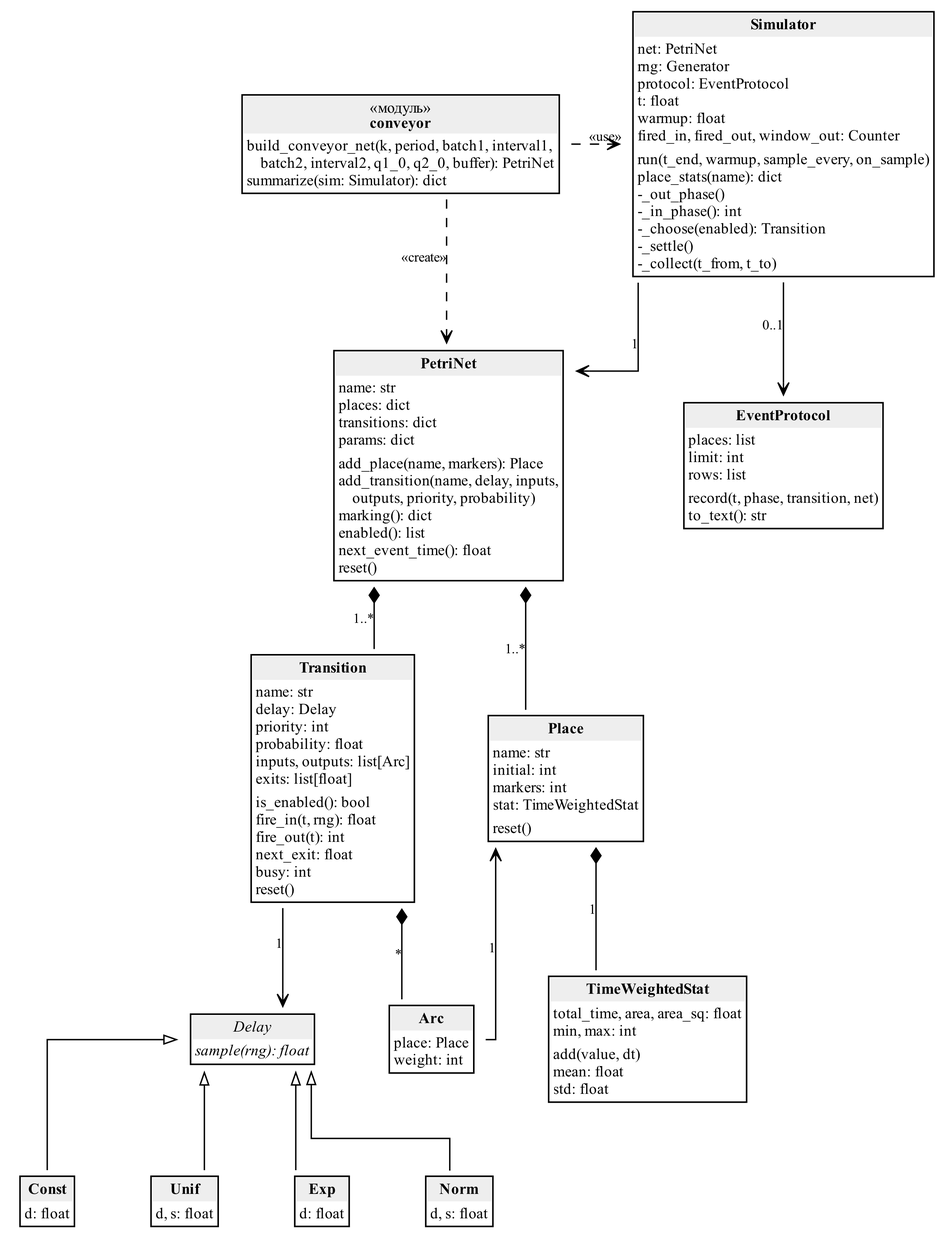
Before: docs/diagrams/uml_classes.png, a diagram exported from Graphviz (kqjqxb/Computer-simulation-course-work). Its source is kept beside it as docs/diagrams/uml_classes.dot. Source of this version:
```dot
digraph uml {
    graph [rankdir=TB, fontname="Times-Roman", nodesep=0.45, ranksep=0.55, pad=0.05,
           splines=ortho];
    node  [shape=plaintext, fontname="Times-Roman", fontsize=10];
    edge  [fontname="Times-Roman", fontsize=9, arrowsize=0.8, penwidth=0.9];

    Simulator [label=<
<TABLE BORDER="1" CELLBORDER="0" CELLSPACING="0" CELLPADDING="2">
<TR><TD BGCOLOR="#EEEEEE"><B>Simulator</B></TD></TR>
<TR><TD ALIGN="LEFT" BALIGN="LEFT">net: PetriNet<BR/>rng: Generator<BR/>protocol: EventProtocol<BR/>t: float<BR/>warmup: float<BR/>fired_in, fired_out, window_out: Counter</TD></TR>
<TR><TD ALIGN="LEFT" BALIGN="LEFT">run(t_end, warmup, sample_every, on_sample)<BR/>place_stats(name): dict<BR/>-_out_phase()<BR/>-_in_phase(): int<BR/>-_choose(enabled): Transition<BR/>-_settle()<BR/>-_collect(t_from, t_to)</TD></TR>
</TABLE>>];

    PetriNet [label=<
<TABLE BORDER="1" CELLBORDER="0" CELLSPACING="0" CELLPADDING="2">
<TR><TD BGCOLOR="#EEEEEE"><B>PetriNet</B></TD></TR>
<TR><TD ALIGN="LEFT" BALIGN="LEFT">name: str<BR/>places: dict<BR/>transitions: dict<BR/>params: dict</TD></TR>
<TR><TD ALIGN="LEFT" BALIGN="LEFT">add_place(name, markers): Place<BR/>add_transition(name, delay, inputs,<BR/>    outputs, priority, probability)<BR/>marking(): dict<BR/>enabled(): list<BR/>next_event_time(): float<BR/>reset()</TD></TR>
</TABLE>>];

    Transition [label=<
<TABLE BORDER="1" CELLBORDER="0" CELLSPACING="0" CELLPADDING="2">
<TR><TD BGCOLOR="#EEEEEE"><B>Transition</B></TD></TR>
<TR><TD ALIGN="LEFT" BALIGN="LEFT">name: str<BR/>delay: Delay<BR/>priority: int<BR/>probability: float<BR/>inputs, outputs: list[Arc]<BR/>exits: list[float]</TD></TR>
<TR><TD ALIGN="LEFT" BALIGN="LEFT">is_enabled(): bool<BR/>fire_in(t, rng): float<BR/>fire_out(t): int<BR/>next_exit: float<BR/>busy: int<BR/>reset()</TD></TR>
</TABLE>>];

    Arc [label=<
<TABLE BORDER="1" CELLBORDER="0" CELLSPACING="0" CELLPADDING="2">
<TR><TD BGCOLOR="#EEEEEE"><B>Arc</B></TD></TR>
<TR><TD ALIGN="LEFT" BALIGN="LEFT">place: Place<BR/>weight: int</TD></TR>
</TABLE>>];

    Place [label=<
<TABLE BORDER="1" CELLBORDER="0" CELLSPACING="0" CELLPADDING="2">
<TR><TD BGCOLOR="#EEEEEE"><B>Place</B></TD></TR>
<TR><TD ALIGN="LEFT" BALIGN="LEFT">name: str<BR/>initial: int<BR/>markers: int<BR/>stat: TimeWeightedStat</TD></TR>
<TR><TD ALIGN="LEFT" BALIGN="LEFT">reset()</TD></TR>
</TABLE>>];

    TimeWeightedStat [label=<
<TABLE BORDER="1" CELLBORDER="0" CELLSPACING="0" CELLPADDING="2">
<TR><TD BGCOLOR="#EEEEEE"><B>TimeWeightedStat</B></TD></TR>
<TR><TD ALIGN="LEFT" BALIGN="LEFT">total_time, area, area_sq: float<BR/>min, max: int</TD></TR>
<TR><TD ALIGN="LEFT" BALIGN="LEFT">add(value, dt)<BR/>mean: float<BR/>std: float</TD></TR>
</TABLE>>];

    EventProtocol [label=<
<TABLE BORDER="1" CELLBORDER="0" CELLSPACING="0" CELLPADDING="2">
<TR><TD BGCOLOR="#EEEEEE"><B>EventProtocol</B></TD></TR>
<TR><TD ALIGN="LEFT" BALIGN="LEFT">places: list<BR/>limit: int<BR/>rows: list</TD></TR>
<TR><TD ALIGN="LEFT" BALIGN="LEFT">record(t, phase, transition, net)<BR/>to_text(): str</TD></TR>
</TABLE>>];

    Delay [label=<
<TABLE BORDER="1" CELLBORDER="0" CELLSPACING="0" CELLPADDING="2">
<TR><TD BGCOLOR="#EEEEEE"><I>Delay</I></TD></TR>
<TR><TD ALIGN="LEFT" BALIGN="LEFT"><I>sample(rng): float</I></TD></TR>
</TABLE>>];

    Const [label=<
<TABLE BORDER="1" CELLBORDER="0" CELLSPACING="0" CELLPADDING="2">
<TR><TD BGCOLOR="#EEEEEE"><B>Const</B></TD></TR>
<TR><TD ALIGN="LEFT">d: float</TD></TR></TABLE>>];
    Unif [label=<
<TABLE BORDER="1" CELLBORDER="0" CELLSPACING="0" CELLPADDING="2">
<TR><TD BGCOLOR="#EEEEEE"><B>Unif</B></TD></TR>
<TR><TD ALIGN="LEFT">d, s: float</TD></TR></TABLE>>];
    Exp [label=<
<TABLE BORDER="1" CELLBORDER="0" CELLSPACING="0" CELLPADDING="2">
<TR><TD BGCOLOR="#EEEEEE"><B>Exp</B></TD></TR>
<TR><TD ALIGN="LEFT">d: float</TD></TR></TABLE>>];
    Norm [label=<
<TABLE BORDER="1" CELLBORDER="0" CELLSPACING="0" CELLPADDING="2">
<TR><TD BGCOLOR="#EEEEEE"><B>Norm</B></TD></TR>
<TR><TD ALIGN="LEFT">d, s: float</TD></TR></TABLE>>];

    conveyor [label=<
<TABLE BORDER="1" CELLBORDER="0" CELLSPACING="0" CELLPADDING="2">
<TR><TD BGCOLOR="#EEEEEE">«модуль»<BR/><B>conveyor</B></TD></TR>
<TR><TD ALIGN="LEFT" BALIGN="LEFT">build_conveyor_net(k, period, batch1, interval1,<BR/>    batch2, interval2, q1_0, q2_0, buffer): PetriNet<BR/>summarize(sim: Simulator): dict</TD></TR>
</TABLE>>];

    Simulator -> PetriNet [arrowhead=vee, xlabel="1"];
    Simulator -> EventProtocol [arrowhead=vee, xlabel="0..1"];
    PetriNet -> Place [dir=back, arrowtail=diamond, xlabel="1..*"];
    PetriNet -> Transition [dir=back, arrowtail=diamond, xlabel="1..*"];
    Transition -> Arc [dir=back, arrowtail=diamond, xlabel="*"];
    Place -> Arc [dir=back, arrowtail=vee, xlabel="1"];
    Transition -> Delay [arrowhead=vee, xlabel="1"];
    Place -> TimeWeightedStat [dir=back, arrowtail=diamond, xlabel="1"];
    Delay -> Const [dir=back, arrowtail=onormal];
    Delay -> Unif [dir=back, arrowtail=onormal];
    Delay -> Exp [dir=back, arrowtail=onormal];
    Delay -> Norm [dir=back, arrowtail=onormal];
    conveyor -> PetriNet [style=dashed, arrowhead=vee, xlabel="«create»"];
    conveyor -> Simulator [style=dashed, arrowhead=vee, xlabel="«use»"];

    {rank=same; conveyor; Simulator}
    {rank=same; PetriNet; EventProtocol}
    {rank=same; Place; Transition}
    {rank=same; TimeWeightedStat; Arc; Delay}
    {rank=same; Const; Unif; Exp; Norm}
}
```
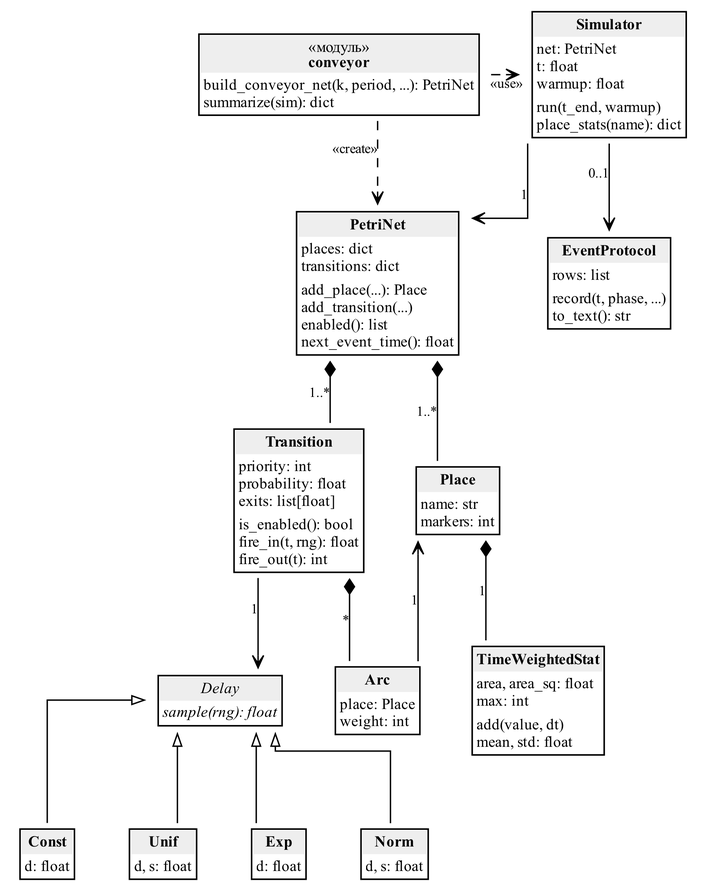
After the commit.

Commit message:
Make the UML class diagram fit the page width

The edit, as a diff of the source:
```diff
@@ -1,5 +1,5 @@
 digraph uml {
-    graph [rankdir=TB, fontname="Times-Roman", nodesep=0.45, ranksep=0.55, pad=0.05,
+    graph [rankdir=TB, fontname="Times-Roman", nodesep=0.25, ranksep=0.55, pad=0.05,
            splines=ortho];
     node  [shape=plaintext, fontname="Times-Roman", fontsize=10];
     edge  [fontname="Times-Roman", fontsize=9, arrowsize=0.8, penwidth=0.9];
@@ -7,22 +7,22 @@
     Simulator [label=<
 <TABLE BORDER="1" CELLBORDER="0" CELLSPACING="0" CELLPADDING="2">
 <TR><TD BGCOLOR="#EEEEEE"><B>Simulator</B></TD></TR>
-<TR><TD ALIGN="LEFT" BALIGN="LEFT">net: PetriNet<BR/>rng: Generator<BR/>protocol: EventProtocol<BR/>t: float<BR/>warmup: float<BR/>fired_in, fired_out, window_out: Counter</TD></TR>
-<TR><TD ALIGN="LEFT" BALIGN="LEFT">run(t_end, warmup, sample_every, on_sample)<BR/>place_stats(name): dict<BR/>-_out_phase()<BR/>-_in_phase(): int<BR/>-_choose(enabled): Transition<BR/>-_settle()<BR/>-_collect(t_from, t_to)</TD></TR>
+<TR><TD ALIGN="LEFT" BALIGN="LEFT">net: PetriNet<BR/>t: float<BR/>warmup: float</TD></TR>
+<TR><TD ALIGN="LEFT" BALIGN="LEFT">run(t_end, warmup)<BR/>place_stats(name): dict</TD></TR>
 </TABLE>>];
 
     PetriNet [label=<
 <TABLE BORDER="1" CELLBORDER="0" CELLSPACING="0" CELLPADDING="2">
 <TR><TD BGCOLOR="#EEEEEE"><B>PetriNet</B></TD></TR>
-<TR><TD ALIGN="LEFT" BALIGN="LEFT">name: str<BR/>places: dict<BR/>transitions: dict<BR/>params: dict</TD></TR>
-<TR><TD ALIGN="LEFT" BALIGN="LEFT">add_place(name, markers): Place<BR/>add_transition(name, delay, inputs,<BR/>    outputs, priority, probability)<BR/>marking(): dict<BR/>enabled(): list<BR/>next_event_time(): float<BR/>reset()</TD></TR>
+<TR><TD ALIGN="LEFT" BALIGN="LEFT">places: dict<BR/>transitions: dict</TD></TR>
+<TR><TD ALIGN="LEFT" BALIGN="LEFT">add_place(...): Place<BR/>add_transition(...)<BR/>enabled(): list<BR/>next_event_time(): float</TD></TR>
 </TABLE>>];
 
     Transition [label=<
 <TABLE BORDER="1" CELLBORDER="0" CELLSPACING="0" CELLPADDING="2">
 <TR><TD BGCOLOR="#EEEEEE"><B>Transition</B></TD></TR>
-<TR><TD ALIGN="LEFT" BALIGN="LEFT">name: str<BR/>delay: Delay<BR/>priority: int<BR/>probability: float<BR/>inputs, outputs: list[Arc]<BR/>exits: list[float]</TD></TR>
-<TR><TD ALIGN="LEFT" BALIGN="LEFT">is_enabled(): bool<BR/>fire_in(t, rng): float<BR/>fire_out(t): int<BR/>next_exit: float<BR/>busy: int<BR/>reset()</TD></TR>
+<TR><TD ALIGN="LEFT" BALIGN="LEFT">priority: int<BR/>probability: float<BR/>exits: list[float]</TD></TR>
+<TR><TD ALIGN="LEFT" BALIGN="LEFT">is_enabled(): bool<BR/>fire_in(t, rng): float<BR/>fire_out(t): int</TD></TR>
 </TABLE>>];
 
     Arc [label=<
@@ -34,22 +34,21 @@
     Place [label=<
 <TABLE BORDER="1" CELLBORDER="0" CELLSPACING="0" CELLPADDING="2">
 <TR><TD BGCOLOR="#EEEEEE"><B>Place</B></TD></TR>
-<TR><TD ALIGN="LEFT" BALIGN="LEFT">name: str<BR/>initial: int<BR/>markers: int<BR/>stat: TimeWeightedStat</TD></TR>
-<TR><TD ALIGN="LEFT" BALIGN="LEFT">reset()</TD></TR>
+<TR><TD ALIGN="LEFT" BALIGN="LEFT">name: str<BR/>markers: int</TD></TR>
 </TABLE>>];
 
     TimeWeightedStat [label=<
 <TABLE BORDER="1" CELLBORDER="0" CELLSPACING="0" CELLPADDING="2">
 <TR><TD BGCOLOR="#EEEEEE"><B>TimeWeightedStat</B></TD></TR>
-<TR><TD ALIGN="LEFT" BALIGN="LEFT">total_time, area, area_sq: float<BR/>min, max: int</TD></TR>
-<TR><TD ALIGN="LEFT" BALIGN="LEFT">add(value, dt)<BR/>mean: float<BR/>std: float</TD></TR>
+<TR><TD ALIGN="LEFT" BALIGN="LEFT">area, area_sq: float<BR/>max: int</TD></TR>
+<TR><TD ALIGN="LEFT" BALIGN="LEFT">add(value, dt)<BR/>mean, std: float</TD></TR>
 </TABLE>>];
 
     EventProtocol [label=<
 <TABLE BORDER="1" CELLBORDER="0" CELLSPACING="0" CELLPADDING="2">
 <TR><TD BGCOLOR="#EEEEEE"><B>EventProtocol</B></TD></TR>
-<TR><TD ALIGN="LEFT" BALIGN="LEFT">places: list<BR/>limit: int<BR/>rows: list</TD></TR>
-<TR><TD ALIGN="LEFT" BALIGN="LEFT">record(t, phase, transition, net)<BR/>to_text(): str</TD></TR>
+<TR><TD ALIGN="LEFT" BALIGN="LEFT">rows: list</TD></TR>
+<TR><TD ALIGN="LEFT" BALIGN="LEFT">record(t, phase, ...)<BR/>to_text(): str</TD></TR>
 </TABLE>>];
 
     Delay [label=<
@@ -78,7 +77,7 @@
     conveyor [label=<
 <TABLE BORDER="1" CELLBORDER="0" CELLSPACING="0" CELLPADDING="2">
 <TR><TD BGCOLOR="#EEEEEE">«модуль»<BR/><B>conveyor</B></TD></TR>
-<TR><TD ALIGN="LEFT" BALIGN="LEFT">build_conveyor_net(k, period, batch1, interval1,<BR/>    batch2, interval2, q1_0, q2_0, buffer): PetriNet<BR/>summarize(sim: Simulator): dict</TD></TR>
+<TR><TD ALIGN="LEFT" BALIGN="LEFT">build_conveyor_net(k, period, ...): PetriNet<BR/>summarize(sim): dict</TD></TR>
 </TABLE>>];
 
     Simulator -> PetriNet [arrowhead=vee, xlabel="1"];
```
